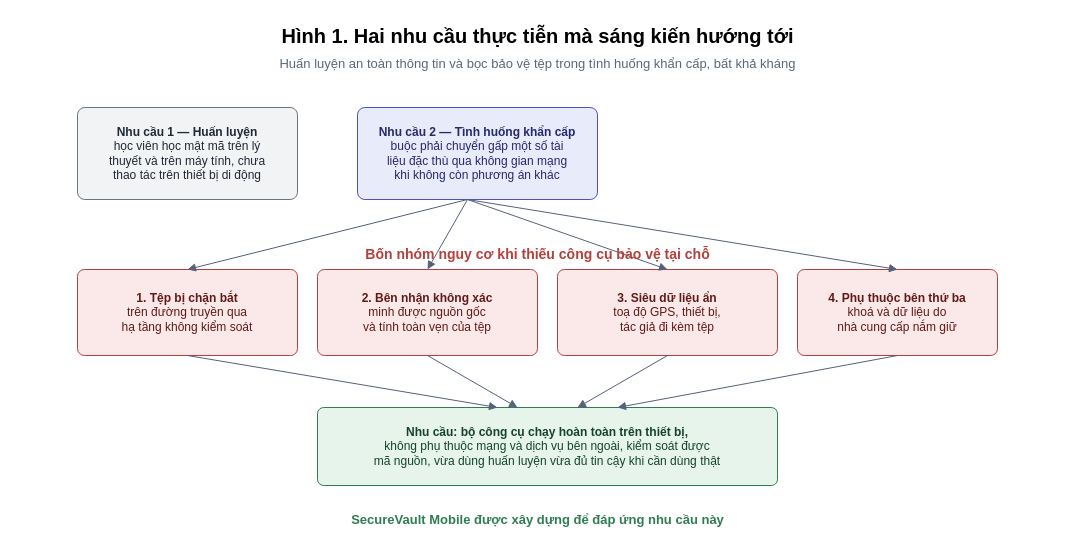
This is hoso-sang-kien/hinh-anh/drawio/H1-bai-toan-thuc-te.drawio from imtoiteu/secure-vault-research, a draw.io file, before an edit. Source tidied: cells renumbered, new cells numbered last; positions are measured from the earlier drawing's top-left corner, leaving out a move shared by most shapes. Both pictures are drawn from the tidied source at 100%, with x=0, y=0 at pixel (17, 17).
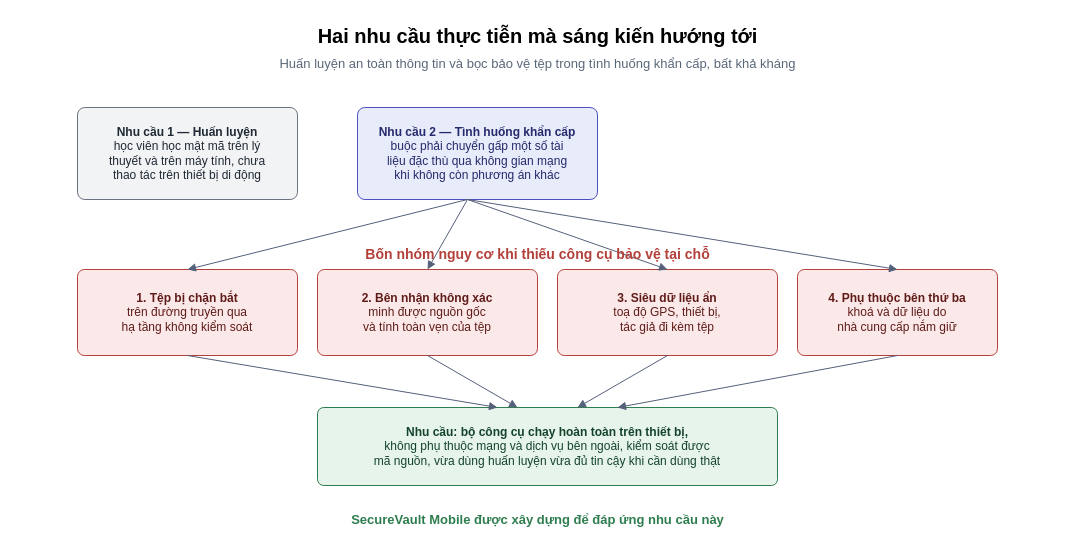
The same page after the edit.

The edit, as a diff of the source:
```diff
@@
-    <mxCell id="2" value="Hình 1. Hai nhu cầu thực tiễn mà sáng kiến hướng tới" style="text;html=1;fontSize=20;fontStyle=1;align=center;" parent="1" vertex="1">
+    <mxCell id="2" value="Hai nhu cầu thực tiễn mà sáng kiến hướng tới" style="text;html=1;fontSize=20;fontStyle=1;align=center;" parent="1" vertex="1">
       <mxGeometry width="1040" height="30" as="geometry" />
     </mxCell>
```
